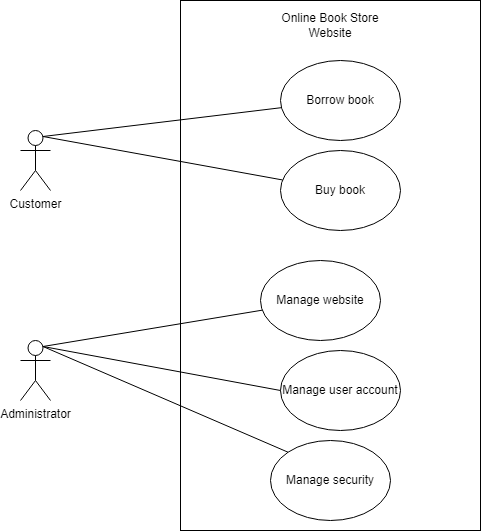
Earlier version of the draw.io export use case drawio2.png (YousefFatafta/Online-Book-Store). Source tidied: cells renumbered, new cells last; positions are measured from the earlier drawing's top-left corner, leaving out a move shared by most shapes.
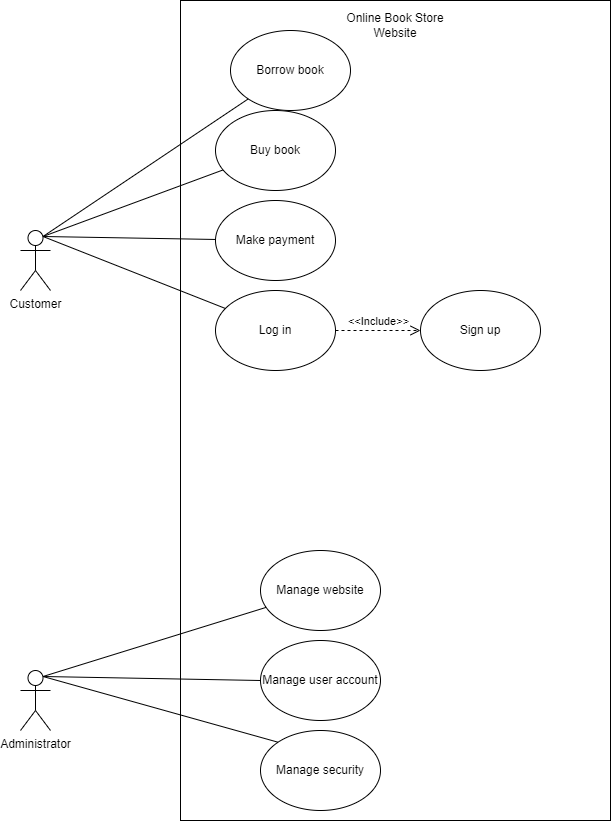
The same diagram one commit later.

What changed in the source:
```diff
@@ -3,28 +3,28 @@
     <mxCell id="0" />
     <mxCell id="1" parent="0" />
     <mxCell id="2" value="Customer" style="shape=umlActor;verticalLabelPosition=bottom;verticalAlign=top;html=1;outlineConnect=0;" parent="1" vertex="1">
-      <mxGeometry y="130" width="30" height="60" as="geometry" />
+      <mxGeometry y="230" width="30" height="60" as="geometry" />
     </mxCell>
     <mxCell id="3" value="Administrator" style="shape=umlActor;verticalLabelPosition=bottom;verticalAlign=top;html=1;outlineConnect=0;" parent="1" vertex="1">
-      <mxGeometry y="340" width="30" height="60" as="geometry" />
+      <mxGeometry y="670" width="30" height="60" as="geometry" />
     </mxCell>
     <mxCell id="4" style="rounded=0;whiteSpace=wrap;html=1;" parent="1" vertex="1">
-      <mxGeometry x="160" width="300" height="530" as="geometry" />
+      <mxGeometry x="160" width="430" height="820" as="geometry" />
     </mxCell>
     <mxCell id="5" value="Borrow book" style="ellipse;whiteSpace=wrap;html=1;" parent="1" vertex="1">
-      <mxGeometry x="260" y="60" width="120" height="80" as="geometry" />
+      <mxGeometry x="210" y="30" width="120" height="80" as="geometry" />
     </mxCell>
     <mxCell id="6" value="Buy book" style="ellipse;whiteSpace=wrap;html=1;" parent="1" vertex="1">
-      <mxGeometry x="260" y="150" width="120" height="80" as="geometry" />
+      <mxGeometry x="195" y="110" width="120" height="80" as="geometry" />
     </mxCell>
     <mxCell id="7" value="Manage website" style="ellipse;whiteSpace=wrap;html=1;" parent="1" vertex="1">
-      <mxGeometry x="240" y="260" width="120" height="80" as="geometry" />
+      <mxGeometry x="240" y="550" width="120" height="80" as="geometry" />
     </mxCell>
     <mxCell id="8" value="Manage user account" style="ellipse;whiteSpace=wrap;html=1;" parent="1" vertex="1">
-      <mxGeometry x="260" y="350" width="120" height="80" as="geometry" />
+      <mxGeometry x="240" y="640" width="120" height="80" as="geometry" />
     </mxCell>
     <mxCell id="9" value="Manage security" style="ellipse;whiteSpace=wrap;html=1;" parent="1" vertex="1">
-      <mxGeometry x="250" y="440" width="120" height="80" as="geometry" />
+      <mxGeometry x="240" y="730" width="120" height="80" as="geometry" />
     </mxCell>
     <mxCell id="10" style="endArrow=none;html=1;rounded=0;exitX=0.75;exitY=0.1;exitDx=0;exitDy=0;exitPerimeter=0;" parent="1" edge="1" source="2" target="5">
       <mxGeometry relative="1" as="geometry" />
@@ -42,7 +42,25 @@
       <mxGeometry relative="1" as="geometry" />
     </mxCell>
     <mxCell id="15" value="Online Book Store&lt;div&gt;Website&lt;/div&gt;" style="text;html=1;align=center;verticalAlign=middle;whiteSpace=wrap;rounded=0;" parent="1" vertex="1">
-      <mxGeometry x="250" y="10" width="120" height="30" as="geometry" />
+      <mxGeometry x="315" y="10" width="120" height="30" as="geometry" />
     </mxCell>
+    <mxCell id="16" value="Make payment" style="ellipse;whiteSpace=wrap;html=1;" parent="1" vertex="1">
+      <mxGeometry x="195" y="200" width="120" height="80" as="geometry" />
+    </mxCell>
+    <mxCell id="17" value="Log in" style="ellipse;whiteSpace=wrap;html=1;" parent="1" vertex="1">
+      <mxGeometry x="195" y="290" width="120" height="80" as="geometry" />
+    </mxCell>
+    <mxCell id="18" value="Sign up" style="ellipse;whiteSpace=wrap;html=1;" parent="1" vertex="1">
+      <mxGeometry x="400" y="290" width="120" height="80" as="geometry" />
+    </mxCell>
+    <mxCell id="19" style="endArrow=none;html=1;rounded=0;entryX=0.75;entryY=0.1;entryDx=0;entryDy=0;entryPerimeter=0;" parent="1" edge="1" source="16" target="2">
+      <mxGeometry relative="1" as="geometry" />
+    </mxCell>
+    <mxCell id="20" style="endArrow=none;html=1;rounded=0;entryX=0.75;entryY=0.1;entryDx=0;entryDy=0;entryPerimeter=0;exitX=0.083;exitY=0.225;exitDx=0;exitDy=0;exitPerimeter=0;" parent="1" edge="1" source="17" target="2">
+      <mxGeometry relative="1" as="geometry" />
+    </mxCell>
+    <mxCell id="21" value="&amp;lt;&amp;lt;Include&amp;gt;&amp;gt;" style="endArrow=open;startArrow=none;endFill=0;startFill=0;endSize=8;html=1;verticalAlign=bottom;dashed=1;labelBackgroundColor=none;rounded=0;exitX=1;exitY=0.5;exitDx=0;exitDy=0;entryX=0;entryY=0.5;entryDx=0;entryDy=0;" parent="1" edge="1" source="17" target="18">
+      <mxGeometry relative="1" as="geometry" />
+    </mxCell>
   </root>
 </mxGraphModel>
```
